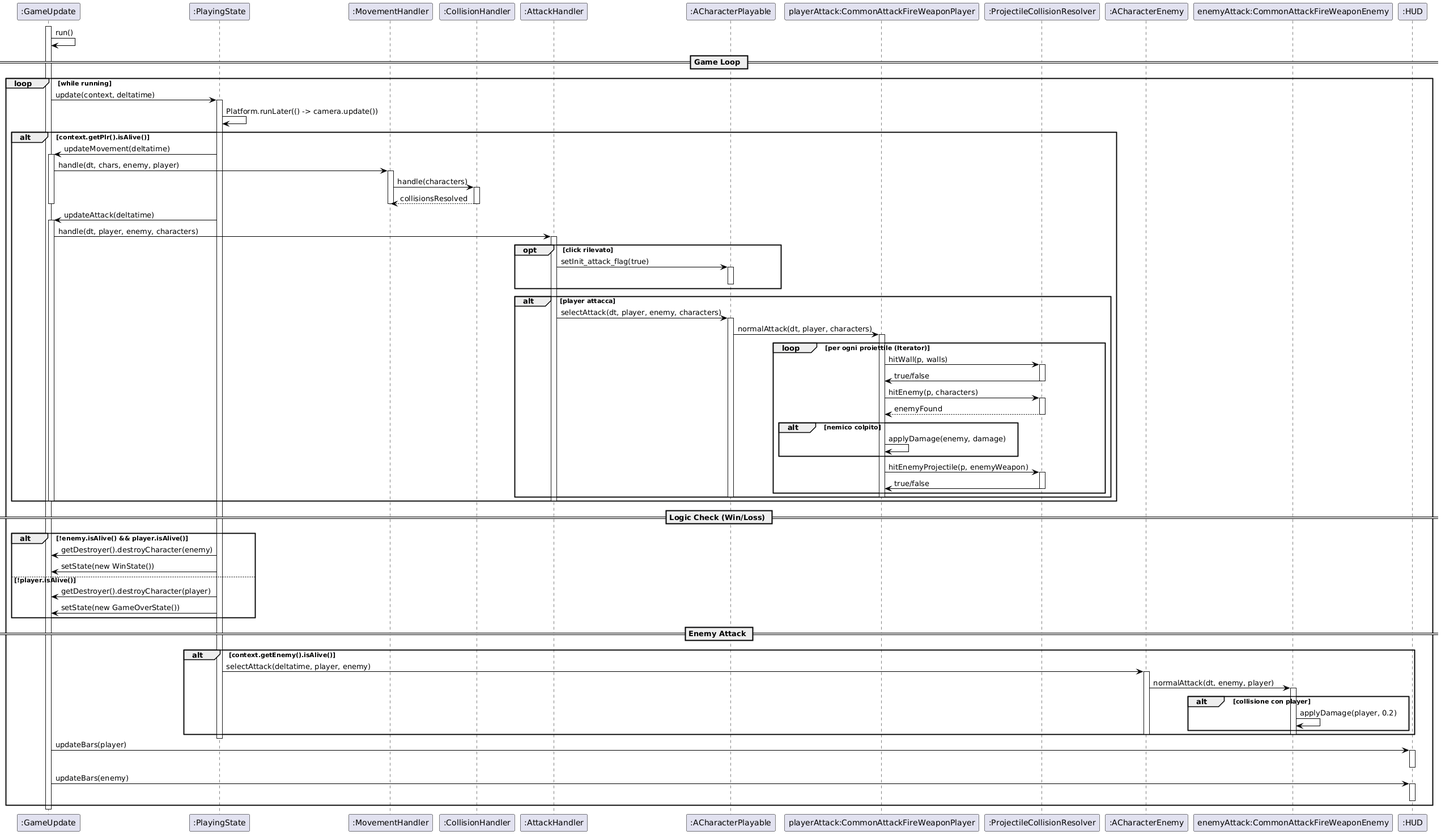
This is LaTeX/SeqDiag.png from GHManu/Game2.0, a PlantUML export, as it was before one commit.
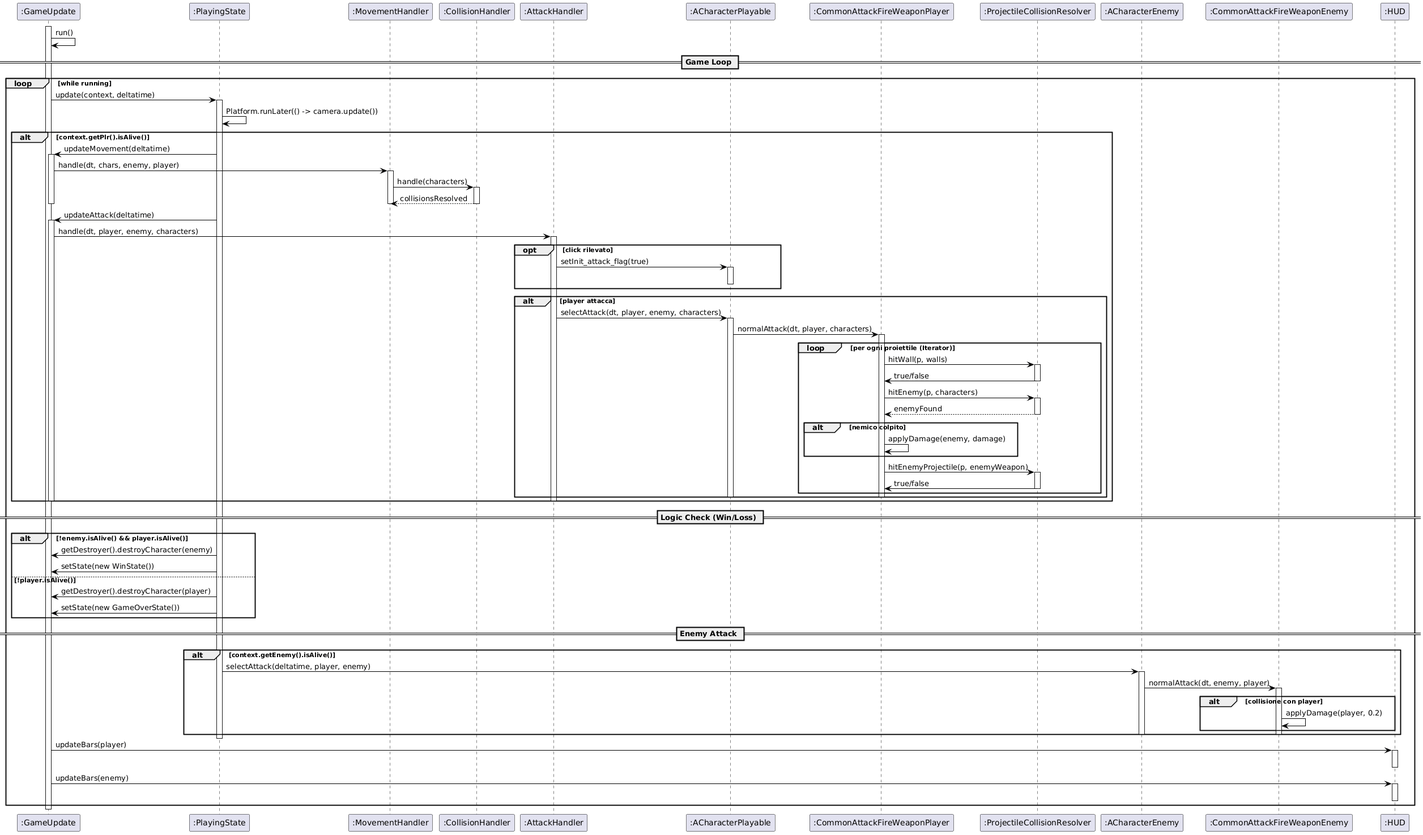
After the commit.

Diff of the diagram source:
```diff
@@ -14,10 +14,10 @@
 participant ":CollisionHandler" as ColH
 participant ":AttackHandler" as AtkH
 participant ":ACharacterPlayable" as Player
-participant "playerAttack:CommonAttackFireWeaponPlayer" as CAP
+participant ":CommonAttackFireWeaponPlayer" as CAP
 participant ":ProjectileCollisionResolver" as PCR
 participant ":ACharacterEnemy" as Enemies
-participant "enemyAttack:CommonAttackFireWeaponEnemy" as CAE
+participant ":CommonAttackFireWeaponEnemy" as CAE
 participant ":HUD" as Hud
 
 activate Game
```
